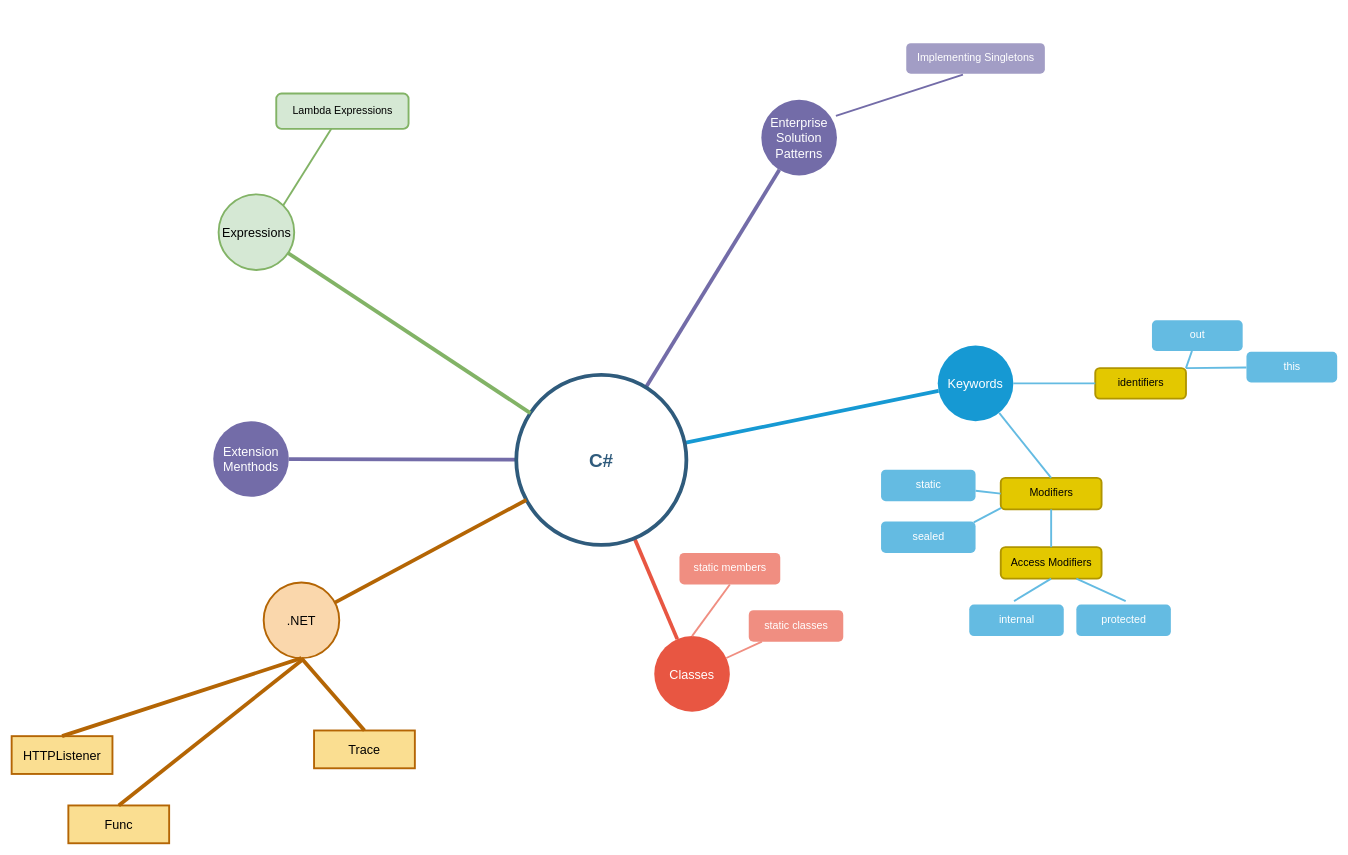
Above: CSharp/C#.drawio in muksiddheswar/Mind-Maps (draw.io), before the change. Source tidied: cells renumbered, new cells numbered last; positions are measured from the earlier drawing's top-left corner, leaving out a move shared by most shapes. Both pictures are drawn from the tidied source at 63%, with x=0, y=0 at pixel (11, 43).
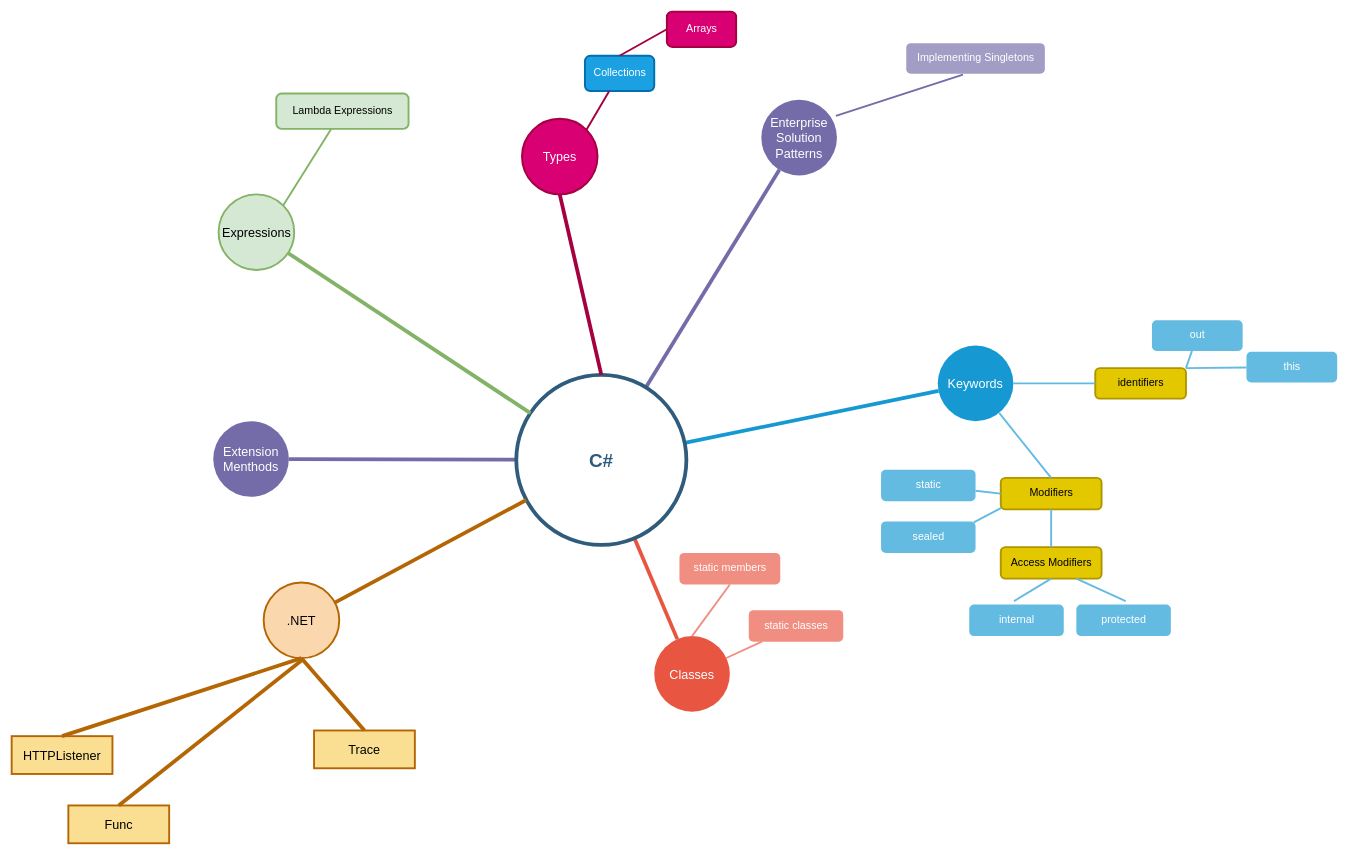
Above is the later version.

Commit message:
Add Arrays to map

The change refers to these unchanged cells:
```xml
<mxCell id="15" value="C#" style="ellipse;whiteSpace=wrap;html=1;shadow=0;fontFamily=Helvetica;fontSize=30;fontColor=#2F5B7C;align=center;strokeColor=#2F5B7C;strokeWidth=6;fillColor=#FFFFFF;fontStyle=1;gradientColor=none;" parent="1" vertex="1">
  <mxGeometry x="801" y="526.5" width="270" height="270" as="geometry" />
</mxCell>
```

Change to the diagram source:
```diff
@@
+    <mxCell id="47" style="endArrow=none;strokeWidth=6;strokeColor=#A50040;html=1;fillColor=#d80073;exitX=0.5;exitY=0;exitDx=0;exitDy=0;entryX=0.5;entryY=1;entryDx=0;entryDy=0;" parent="1" edge="1" source="15" target="48">
+      <mxGeometry relative="1" as="geometry" />
+    </mxCell>
+    <mxCell id="48" value="Types" style="ellipse;whiteSpace=wrap;html=1;shadow=0;fontFamily=Helvetica;fontSize=20;align=center;strokeWidth=3;fillColor=#d80073;strokeColor=#A50040;fontColor=#ffffff;" parent="1" vertex="1">
+      <mxGeometry x="810" y="120" width="120" height="120" as="geometry" />
+    </mxCell>
+    <mxCell id="49" value="Collections" style="rounded=1;fillColor=#1ba1e2;strokeColor=#006EAF;strokeWidth=3;shadow=0;html=1;fontSize=17;fontColor=#ffffff;" parent="1" vertex="1">
+      <mxGeometry x="910" y="20" width="110" height="56" as="geometry" />
+    </mxCell>
+    <mxCell id="50" style="edgeStyle=none;endArrow=none;strokeWidth=3;strokeColor=#A50040;html=1;exitX=1;exitY=0;exitDx=0;exitDy=0;fillColor=#d80073;" parent="1" edge="1" source="48" target="49">
+      <mxGeometry x="188.5" y="51.5" as="geometry" />
+    </mxCell>
+    <mxCell id="51" value="Arrays" style="rounded=1;fillColor=#d80073;strokeColor=#A50040;strokeWidth=3;shadow=0;html=1;fontSize=17;fontColor=#ffffff;" parent="1" vertex="1">
+      <mxGeometry x="1040" y="-50" width="110" height="56" as="geometry" />
+    </mxCell>
+    <mxCell id="52" style="edgeStyle=none;endArrow=none;strokeWidth=3;strokeColor=#A50040;html=1;exitX=0.5;exitY=0;exitDx=0;exitDy=0;fillColor=#d80073;entryX=0;entryY=0.5;entryDx=0;entryDy=0;" parent="1" edge="1" source="49" target="51">
+      <mxGeometry x="188.5" y="51.5" as="geometry" />
+    </mxCell>
```
